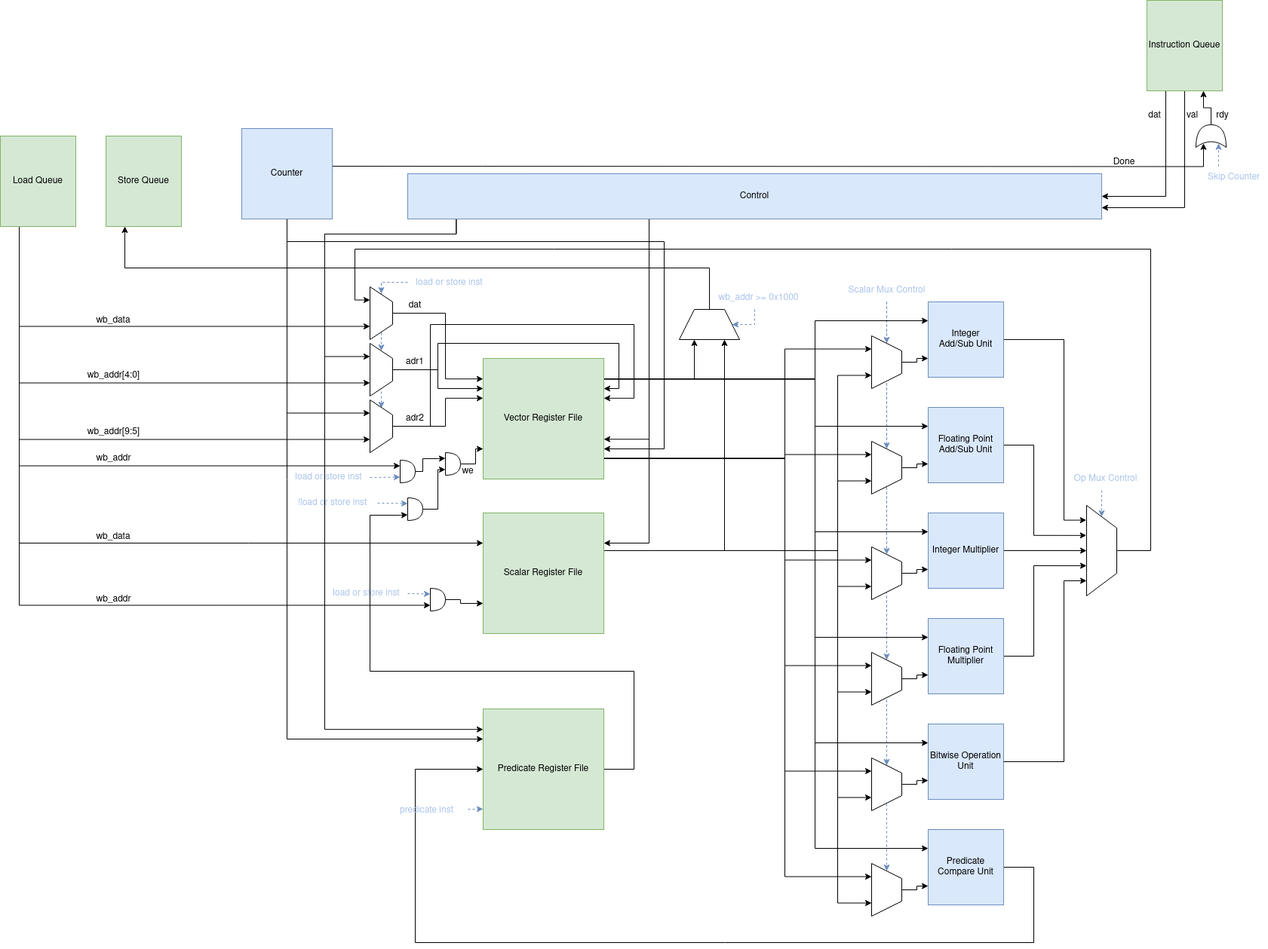
Earlier version of the draw.io export img/VectorArchv1DiagramPretty.png (wrs225/Caravel-Vector-Coprocessor-AI). Source tidied: cells renumbered, new cells last; positions are measured from the earlier drawing's top-left corner, leaving out a move shared by most shapes.
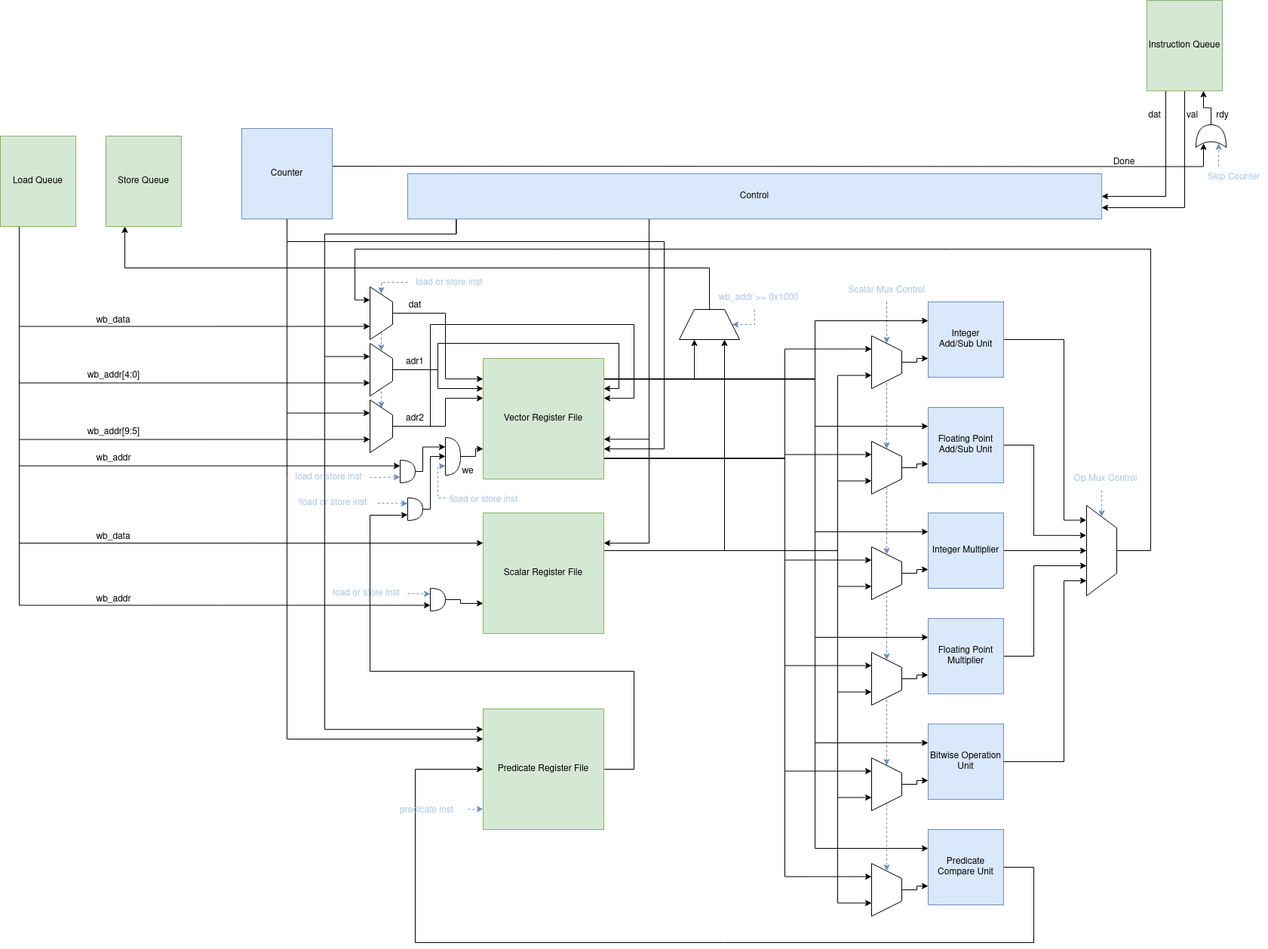
After the commit.

Commit message:
README wishbone converter

Diff of the diagram source:
```diff
@@ -480,19 +480,18 @@
       <mxGeometry relative="1" as="geometry">
         <Array as="points">
           <mxPoint x="560" y="625" />
-          <mxPoint x="560" y="608" />
-          <mxPoint x="580" y="608" />
+          <mxPoint x="560" y="593" />
         </Array>
       </mxGeometry>
     </mxCell>
     <mxCell id="88" style="shape=or;whiteSpace=wrap;html=1;" parent="1" vertex="1">
       <mxGeometry x="530" y="610" width="20" height="30" as="geometry" />
     </mxCell>
-    <mxCell id="89" style="edgeStyle=orthogonalEdgeStyle;rounded=0;jettySize=auto;html=1;entryX=0;entryY=0.75;entryDx=0;entryDy=0;entryPerimeter=0;" parent="1" edge="1" source="90" target="92">
+    <mxCell id="89" style="edgeStyle=orthogonalEdgeStyle;rounded=0;jettySize=auto;html=1;entryX=0;entryY=0.5;entryDx=0;entryDy=0;entryPerimeter=0;" parent="1" edge="1" source="90" target="92">
       <mxGeometry relative="1" as="geometry">
         <Array as="points">
-          <mxPoint x="580" y="675" />
-          <mxPoint x="580" y="623" />
+          <mxPoint x="570" y="675" />
+          <mxPoint x="570" y="605" />
         </Array>
       </mxGeometry>
     </mxCell>
@@ -503,7 +502,7 @@
       <mxGeometry relative="1" as="geometry" />
     </mxCell>
     <mxCell id="92" style="shape=or;whiteSpace=wrap;html=1;" parent="1" vertex="1">
-      <mxGeometry x="590" y="600" width="20" height="30" as="geometry" />
+      <mxGeometry x="590" y="580" width="20" height="50" as="geometry" />
     </mxCell>
     <mxCell id="93" style="edgeStyle=orthogonalEdgeStyle;rounded=0;jettySize=auto;html=1;exitX=0.5;exitY=0;exitDx=0;exitDy=0;entryX=0.25;entryY=1;entryDx=0;entryDy=0;" parent="1" edge="1" source="94" target="21">
       <mxGeometry relative="1" as="geometry" />
@@ -653,5 +652,17 @@
     <mxCell id="131" value="predicate inst" style="text;html=1;align=center;verticalAlign=middle;strokeColor=none;fillColor=none;rotation=0;fontColor=#A9C4EB;" parent="1" vertex="1">
       <mxGeometry x="520" y="1060" width="90" height="30" as="geometry" />
     </mxCell>
+    <mxCell id="132" style="endArrow=classic;html=1;rounded=0;dashed=1;fillColor=#dae8fc;strokeColor=#6c8ebf;entryX=0;entryY=0.25;entryDx=0;entryDy=0;" parent="1" edge="1" target="118">
+      <mxGeometry relative="1" as="geometry">
+        <mxPoint x="590" y="660" as="sourcePoint" />
+        <Array as="points">
+          <mxPoint x="580" y="660" />
+          <mxPoint x="580" y="618" />
+        </Array>
+      </mxGeometry>
+    </mxCell>
+    <mxCell id="133" value="!load or store inst" style="text;html=1;align=center;verticalAlign=middle;strokeColor=none;fillColor=none;rotation=0;fontColor=#A9C4EB;" parent="1" vertex="1">
+      <mxGeometry x="580" y="648" width="120" height="30" as="geometry" />
+    </mxCell>
   </root>
 </mxGraphModel>
```
